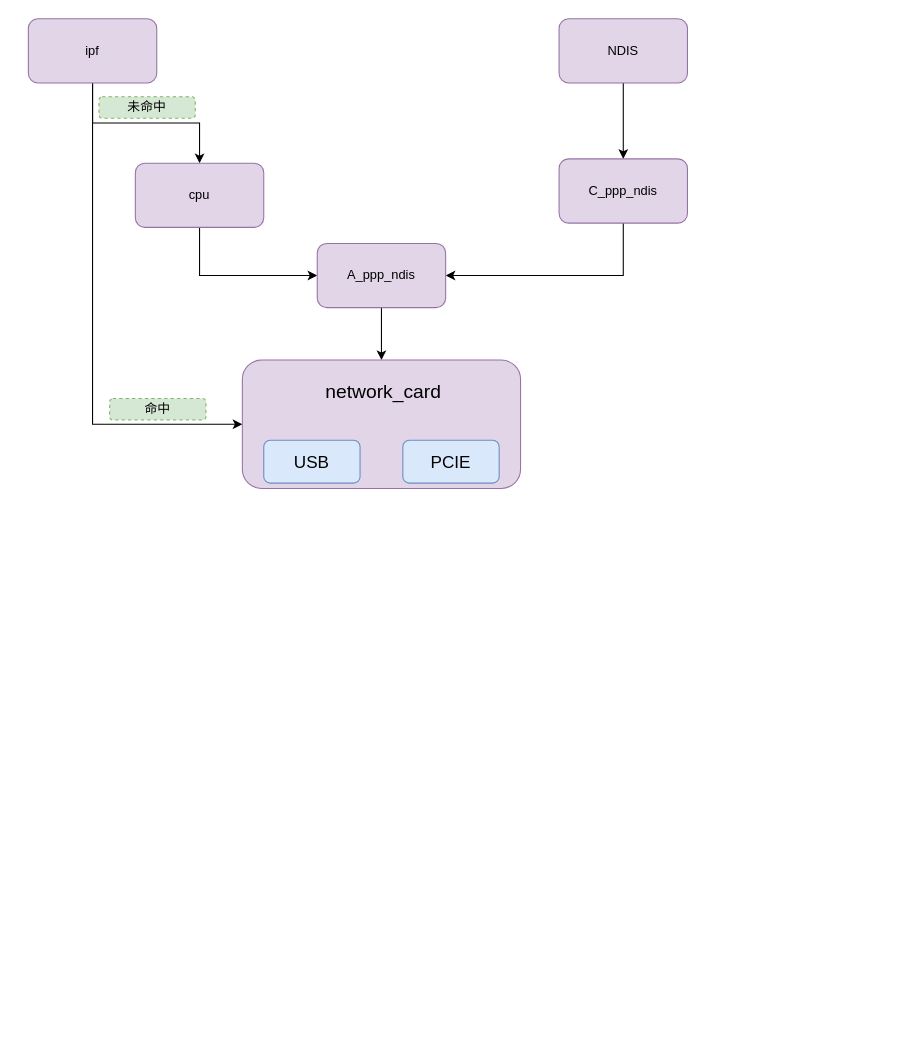
Earlier version of the draw.io diagram Untitled Diagram.drawio (liuhongkang/images). Source tidied: cells renumbered, new cells numbered last; positions are measured from the earlier drawing's top-left corner, leaving out a move shared by most shapes. Both pictures are drawn from the tidied source at 107%, with x=0, y=0 at pixel (28, 18).
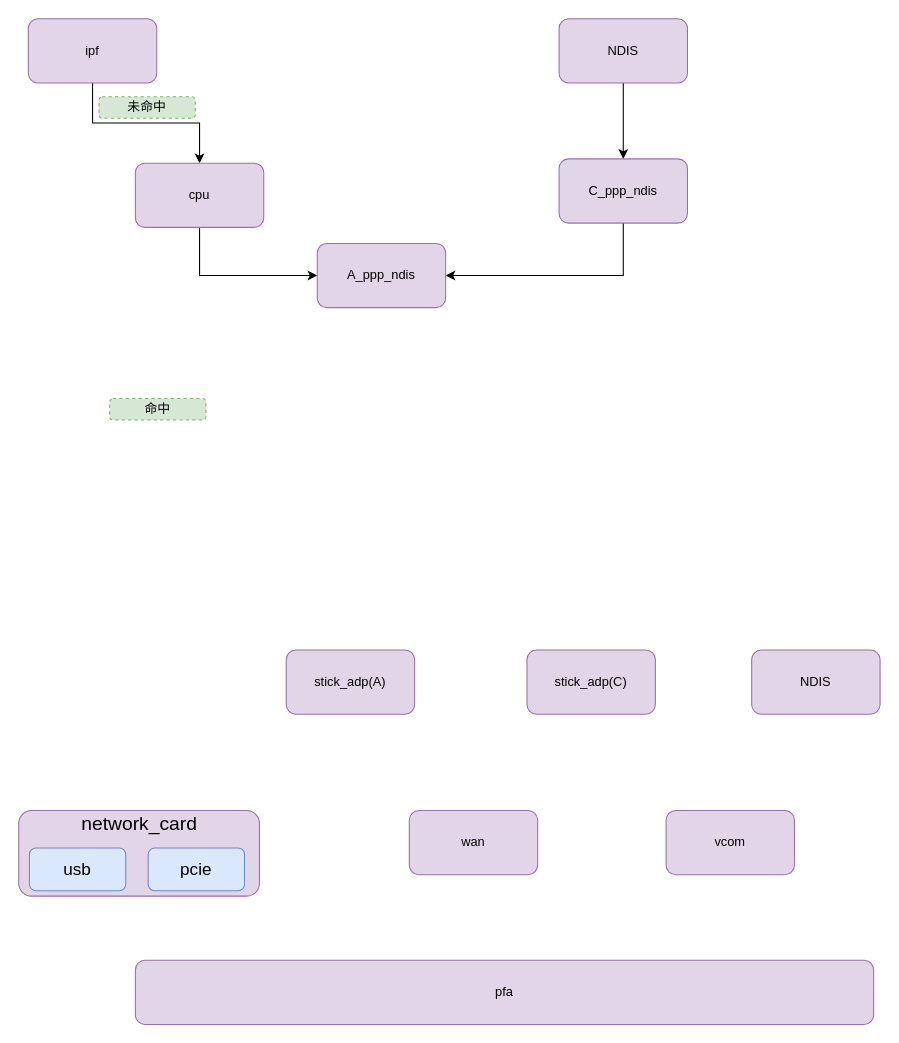
After the change.

Commit message:
多网卡模块架构图.drawio

The change refers to these unchanged cells:
```xml
<mxCell id="8" value="ipf" style="rounded=1;whiteSpace=wrap;html=1;fillColor=#e1d5e7;strokeColor=#9673a6;" parent="1" vertex="1">
  <mxGeometry width="120" height="60" as="geometry" />
</mxCell>
<mxCell id="12" value="A_ppp_ndis" style="rounded=1;whiteSpace=wrap;html=1;fillColor=#e1d5e7;strokeColor=#9673a6;" parent="1" vertex="1">
  <mxGeometry x="270" y="210" width="120" height="60" as="geometry" />
</mxCell>
```

The edit, as a diff of the source:
```diff
@@
-    <mxCell id="7" style="edgeStyle=orthogonalEdgeStyle;rounded=0;jettySize=auto;html=1;exitX=0.5;exitY=1;exitDx=0;exitDy=0;entryX=0;entryY=0.5;entryDx=0;entryDy=0;" parent="1" edge="1" source="8" target="13">
-      <mxGeometry relative="1" as="geometry" />
-    </mxCell>
@@
-    <mxCell id="11" style="edgeStyle=orthogonalEdgeStyle;rounded=0;jettySize=auto;html=1;exitX=0.5;exitY=1;exitDx=0;exitDy=0;entryX=0.5;entryY=0;entryDx=0;entryDy=0;" parent="1" edge="1" source="12" target="13">
-      <mxGeometry relative="1" as="geometry" />
-    </mxCell>
@@
     <mxCell id="13" style="rounded=1;whiteSpace=wrap;html=1;fillColor=#e1d5e7;strokeColor=#9673a6;" parent="1" vertex="1">
-      <mxGeometry x="200" y="319" width="260" height="120" as="geometry" />
+      <mxGeometry x="-9" y="740" width="225" height="80" as="geometry" />
     </mxCell>
-    <mxCell id="14" value="&lt;font style=&quot;font-size: 16px&quot;&gt;USB&lt;/font&gt;" style="rounded=1;whiteSpace=wrap;html=1;fillColor=#dae8fc;strokeColor=#6c8ebf;" parent="1" vertex="1">
-      <mxGeometry x="220" y="394" width="90" height="40" as="geometry" />
+    <mxCell id="14" value="&lt;font style=&quot;font-size: 16px&quot;&gt;usb&lt;/font&gt;" style="rounded=1;whiteSpace=wrap;html=1;fillColor=#dae8fc;strokeColor=#6c8ebf;" parent="1" vertex="1">
+      <mxGeometry x="1" y="775" width="90" height="40" as="geometry" />
     </mxCell>
-    <mxCell id="15" value="&lt;font style=&quot;font-size: 16px&quot;&gt;PCIE&lt;/font&gt;" style="rounded=1;whiteSpace=wrap;html=1;fillColor=#dae8fc;strokeColor=#6c8ebf;" parent="1" vertex="1">
-      <mxGeometry x="350" y="394" width="90" height="40" as="geometry" />
+    <mxCell id="15" value="&lt;font style=&quot;font-size: 16px&quot;&gt;pcie&lt;/font&gt;" style="rounded=1;whiteSpace=wrap;html=1;fillColor=#dae8fc;strokeColor=#6c8ebf;" parent="1" vertex="1">
+      <mxGeometry x="112" y="775" width="90" height="40" as="geometry" />
     </mxCell>
     <mxCell id="16" value="&lt;font style=&quot;font-size: 18px&quot;&gt;network_card&lt;/font&gt;" style="rounded=1;whiteSpace=wrap;html=1;strokeColor=none;fillColor=none;" parent="1" vertex="1">
-      <mxGeometry x="274" y="329" width="116" height="40" as="geometry" />
+      <mxGeometry x="45.5" y="740" width="116" height="26" as="geometry" />
     </mxCell>
@@
+    <mxCell id="19" value="stick_adp(A)" style="rounded=1;whiteSpace=wrap;html=1;fillColor=#e1d5e7;strokeColor=#9673a6;" parent="1" vertex="1">
+      <mxGeometry x="241" y="590" width="120" height="60" as="geometry" />
+    </mxCell>
+    <mxCell id="20" value="stick_adp(C)" style="rounded=1;whiteSpace=wrap;html=1;fillColor=#e1d5e7;strokeColor=#9673a6;" parent="1" vertex="1">
+      <mxGeometry x="466" y="590" width="120" height="60" as="geometry" />
+    </mxCell>
+    <mxCell id="21" value="wan" style="rounded=1;whiteSpace=wrap;html=1;fillColor=#e1d5e7;strokeColor=#9673a6;" parent="1" vertex="1">
+      <mxGeometry x="356" y="740" width="120" height="60" as="geometry" />
+    </mxCell>
+    <mxCell id="22" value="pfa" style="rounded=1;whiteSpace=wrap;html=1;fillColor=#e1d5e7;strokeColor=#9673a6;" parent="1" vertex="1">
+      <mxGeometry x="100" y="880" width="690" height="60" as="geometry" />
+    </mxCell>
+    <mxCell id="23" value="NDIS" style="rounded=1;whiteSpace=wrap;html=1;fillColor=#e1d5e7;strokeColor=#9673a6;" parent="1" vertex="1">
+      <mxGeometry x="676" y="590" width="120" height="60" as="geometry" />
+    </mxCell>
+    <mxCell id="24" value="vcom" style="rounded=1;whiteSpace=wrap;html=1;fillColor=#e1d5e7;strokeColor=#9673a6;" parent="1" vertex="1">
+      <mxGeometry x="596" y="740" width="120" height="60" as="geometry" />
+    </mxCell>
```
